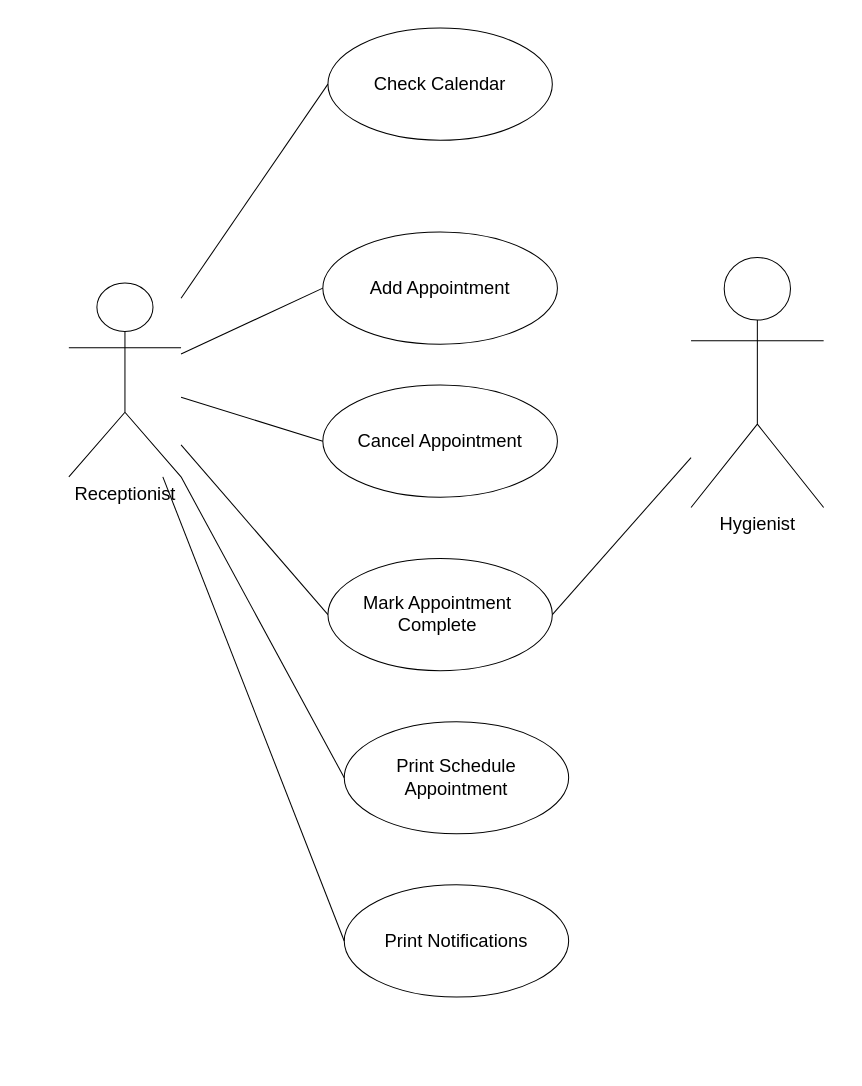
Above: case study 3.drawio in Nisarg155/uml_diagrams (draw.io), before the change. Source tidied: cells renumbered, new cells numbered last; positions are measured from the earlier drawing's top-left corner, leaving out a move shared by most shapes. Both pictures are drawn from the tidied source at 102%, with x=0, y=0 at pixel (68, 28).
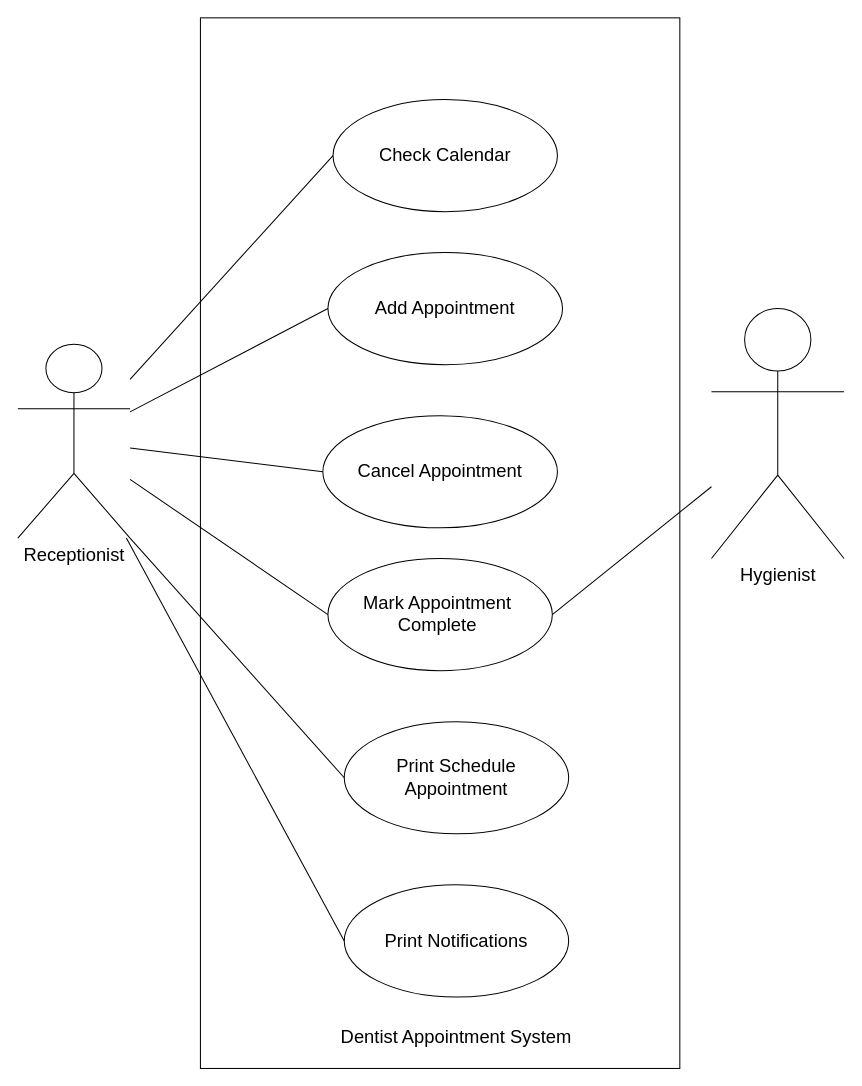
The same diagram, later.

Diff of the diagram source:
```diff
@@
 <mxGraphModel>
   <root>
     <mxCell id="0" />
     <mxCell id="1" parent="0" />
+    <mxCell id="17" style="rounded=0;whiteSpace=wrap;html=1;shadow=0;" parent="1" vertex="1">
+      <mxGeometry x="129" y="-10" width="470" height="1030" as="geometry" />
+    </mxCell>
     <mxCell id="2" value="&lt;font style=&quot;font-size: 18px;&quot;&gt;Check Calendar&lt;/font&gt;" style="ellipse;whiteSpace=wrap;html=1;" parent="1" vertex="1">
-      <mxGeometry x="254" width="220" height="110" as="geometry" />
+      <mxGeometry x="259" y="70" width="220" height="110" as="geometry" />
     </mxCell>
     <mxCell id="3" value="&lt;font style=&quot;font-size: 18px;&quot;&gt;Add Appointment&lt;/font&gt;" style="ellipse;whiteSpace=wrap;html=1;" parent="1" vertex="1">
-      <mxGeometry x="249" y="200" width="230" height="110" as="geometry" />
+      <mxGeometry x="254" y="220" width="230" height="110" as="geometry" />
     </mxCell>
     <mxCell id="4" value="&lt;font style=&quot;font-size: 18px;&quot;&gt;Mark Appointment&amp;nbsp;&lt;br&gt;Complete&amp;nbsp;&lt;/font&gt;" style="ellipse;whiteSpace=wrap;html=1;" parent="1" vertex="1">
       <mxGeometry x="254" y="520" width="220" height="110" as="geometry" />
     </mxCell>
     <mxCell id="5" value="&lt;font style=&quot;font-size: 18px;&quot;&gt;Cancel Appointment&lt;/font&gt;" style="ellipse;whiteSpace=wrap;html=1;" parent="1" vertex="1">
-      <mxGeometry x="249" y="350" width="230" height="110" as="geometry" />
+      <mxGeometry x="249" y="380" width="230" height="110" as="geometry" />
     </mxCell>
     <mxCell id="6" value="&lt;span style=&quot;font-size: 18px;&quot;&gt;Print Schedule Appointment&lt;/span&gt;" style="ellipse;whiteSpace=wrap;html=1;" parent="1" vertex="1">
       <mxGeometry x="270" y="680" width="220" height="110" as="geometry" />
     </mxCell>
     <mxCell id="7" value="&lt;span style=&quot;font-size: 18px;&quot;&gt;Print Notifications&lt;/span&gt;" style="ellipse;whiteSpace=wrap;html=1;" parent="1" vertex="1">
       <mxGeometry x="270" y="840" width="220" height="110" as="geometry" />
     </mxCell>
     <mxCell id="8" value="&lt;font style=&quot;font-size: 18px;&quot;&gt;Receptionist&lt;/font&gt;" style="shape=umlActor;verticalLabelPosition=bottom;verticalAlign=top;html=1;" parent="1" vertex="1">
-      <mxGeometry y="250" width="110" height="190" as="geometry" />
+      <mxGeometry x="-50" y="310" width="110" height="190" as="geometry" />
     </mxCell>
     <mxCell id="9" style="endArrow=none;html=1;rounded=0;entryX=0;entryY=0.5;entryDx=0;entryDy=0;" parent="1" edge="1" source="8" target="2">
       <mxGeometry relative="1" as="geometry" />
     </mxCell>
     <mxCell id="10" style="endArrow=none;html=1;rounded=0;entryX=0;entryY=0.5;entryDx=0;entryDy=0;" parent="1" edge="1" source="8" target="5">
       <mxGeometry relative="1" as="geometry" />
     </mxCell>
     <mxCell id="11" style="endArrow=none;html=1;rounded=0;exitX=0;exitY=0.5;exitDx=0;exitDy=0;" parent="1" edge="1" source="7" target="8">
       <mxGeometry relative="1" as="geometry" />
     </mxCell>
     <mxCell id="12" style="endArrow=none;html=1;rounded=0;entryX=0;entryY=0.5;entryDx=0;entryDy=0;" parent="1" edge="1" source="8" target="3">
       <mxGeometry relative="1" as="geometry" />
     </mxCell>
     <mxCell id="13" style="endArrow=none;html=1;rounded=0;entryX=0;entryY=0.5;entryDx=0;entryDy=0;exitX=1;exitY=1;exitDx=0;exitDy=0;exitPerimeter=0;" parent="1" edge="1" source="8" target="6">
       <mxGeometry relative="1" as="geometry" />
     </mxCell>
     <mxCell id="14" style="endArrow=none;html=1;rounded=0;entryX=0;entryY=0.5;entryDx=0;entryDy=0;" parent="1" edge="1" source="8" target="4">
       <mxGeometry relative="1" as="geometry" />
     </mxCell>
     <mxCell id="15" value="&lt;font style=&quot;font-size: 18px;&quot;&gt;Hygienist&lt;/font&gt;" style="shape=umlActor;verticalLabelPosition=bottom;verticalAlign=top;html=1;outlineConnect=0;" parent="1" vertex="1">
-      <mxGeometry x="610" y="225" width="130" height="245" as="geometry" />
+      <mxGeometry x="630" y="275" width="130" height="245" as="geometry" />
     </mxCell>
     <mxCell id="16" style="endArrow=none;html=1;rounded=0;exitX=1;exitY=0.5;exitDx=0;exitDy=0;" parent="1" edge="1" source="4" target="15">
       <mxGeometry relative="1" as="geometry" />
     </mxCell>
+    <mxCell id="18" value="&lt;font style=&quot;font-size: 18px;&quot;&gt;Dentist Appointment System&lt;/font&gt;" style="text;html=1;strokeColor=none;fillColor=none;align=center;verticalAlign=middle;whiteSpace=wrap;rounded=0;" parent="1" vertex="1">
+      <mxGeometry x="230" y="970" width="300" height="40" as="geometry" />
+    </mxCell>
   </root>
 </mxGraphModel>
```
